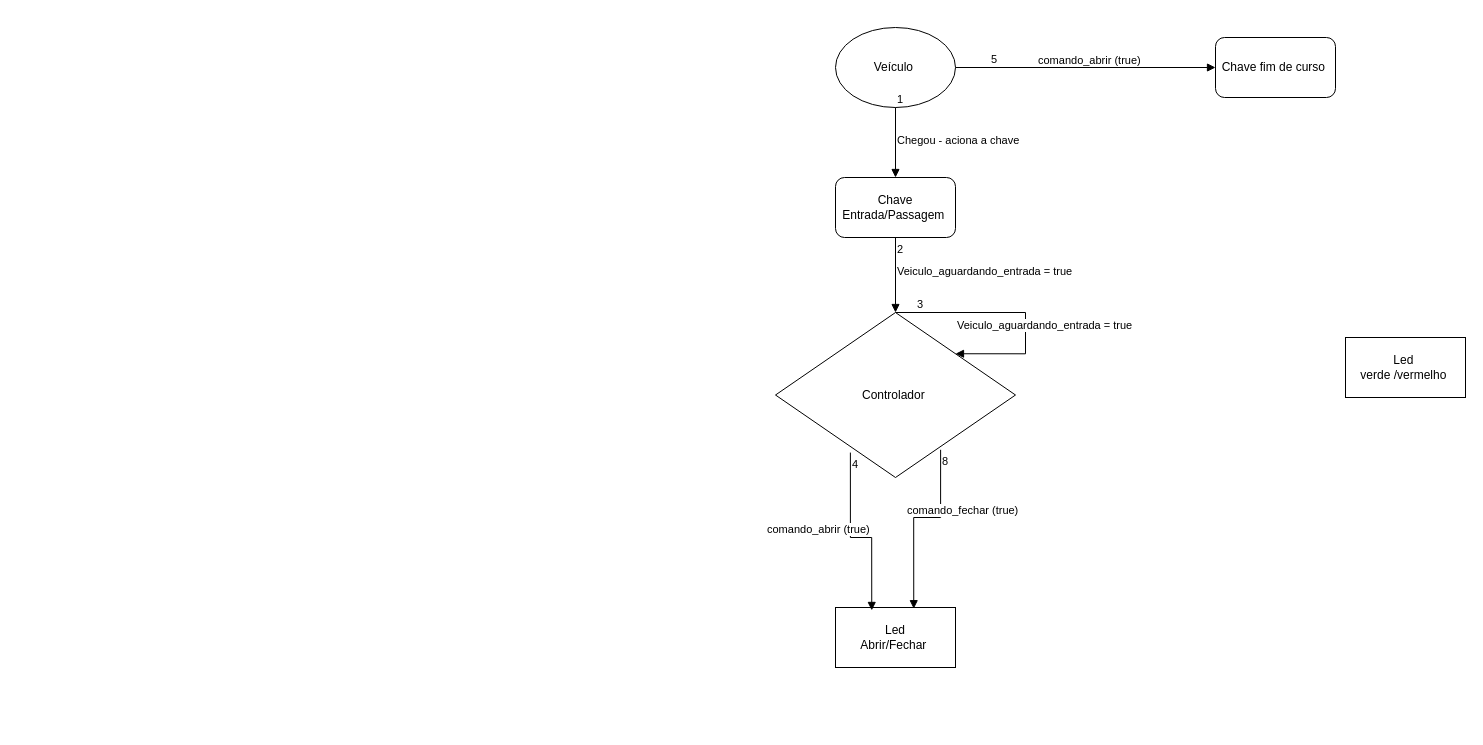
The draw.io diagram page "cenário de uso" (2 of 2) of main/visãodesenvolvimeento.drawio in samirafreitas-hash/lab01_cancela, before the edit. Source tidied: cells renumbered, new cells numbered last; positions are measured from the earlier drawing's top-left corner, leaving out a move shared by most shapes. Both pictures are drawn from the tidied source at 100%, with x=0, y=0 at pixel (775, 27).
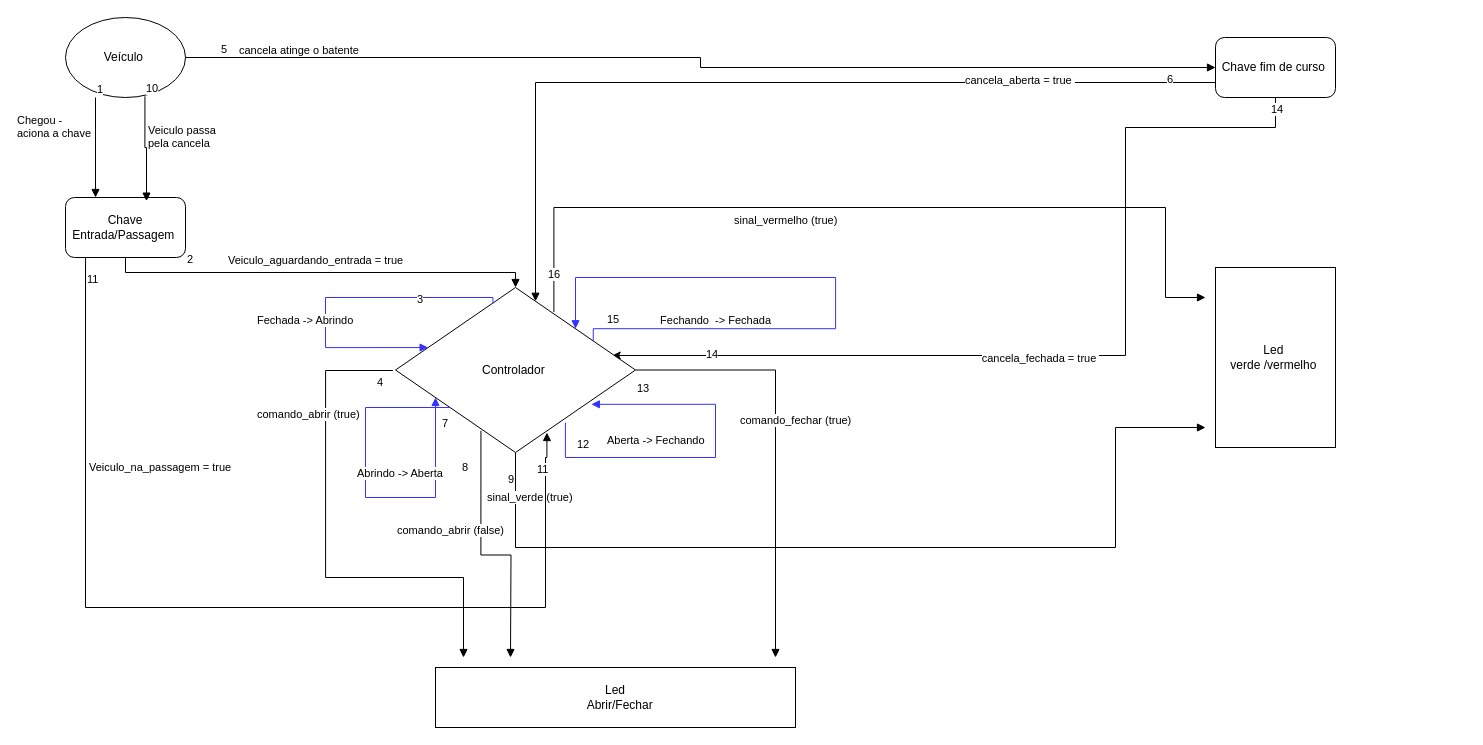
Above is the later version.

Unchanged cells that the change refers to:
```xml
<mxCell id="3" value="Chave fim de curso&amp;nbsp;" style="rounded=1;whiteSpace=wrap;html=1;" parent="1" vertex="1">
  <mxGeometry x="440" y="10" width="120" height="60" as="geometry" />
</mxCell>
```

What changed in the source:
```diff
@@
     <mxCell id="2" value="Chave&lt;div&gt;Entrada/Passagem&amp;nbsp;&lt;/div&gt;" style="rounded=1;whiteSpace=wrap;html=1;" parent="1" vertex="1">
-      <mxGeometry x="60" y="150" width="120" height="60" as="geometry" />
+      <mxGeometry x="-710" y="170" width="120" height="60" as="geometry" />
     </mxCell>
+    <mxCell id="20" style="edgeStyle=orthogonalEdgeStyle;rounded=0;jettySize=auto;html=1;exitX=0.5;exitY=1;exitDx=0;exitDy=0;entryX=0.903;entryY=0.412;entryDx=0;entryDy=0;entryPerimeter=0;" parent="1" edge="1" source="3" target="5">
+      <mxGeometry relative="1" as="geometry">
+        <Array as="points">
+          <mxPoint x="500" y="100" />
+          <mxPoint x="350" y="100" />
+          <mxPoint x="350" y="328" />
+        </Array>
+      </mxGeometry>
+    </mxCell>
+    <mxCell id="21" value="cancela_fechada = true&amp;nbsp;" style="edgeLabel;html=1;align=center;verticalAlign=middle;" parent="20" vertex="1">
+      <mxGeometry x="0.07" y="3" relative="1" as="geometry" />
+    </mxCell>
@@
     <mxCell id="4" value="Veículo&amp;nbsp;" style="ellipse;whiteSpace=wrap;html=1;shapeInside=1;" parent="1" vertex="1">
-      <mxGeometry x="60" width="120" height="80" as="geometry" />
+      <mxGeometry x="-710" y="-10" width="120" height="80" as="geometry" />
     </mxCell>
     <mxCell id="5" value="Controlador&amp;nbsp;" style="rhombus;whiteSpace=wrap;html=1;shapeInside=1;" parent="1" vertex="1">
-      <mxGeometry y="285" width="240" height="165" as="geometry" />
+      <mxGeometry x="-380" y="260" width="240" height="165" as="geometry" />
     </mxCell>
-    <mxCell id="6" value="Led&lt;div&gt;Abrir/Fechar&amp;nbsp;&lt;/div&gt;" style="rounded=0;whiteSpace=wrap;html=1;" parent="1" vertex="1">
-      <mxGeometry x="60" y="580" width="120" height="60" as="geometry" />
+    <mxCell id="6" value="Led&lt;div&gt;&amp;nbsp; &amp;nbsp; Abrir/Fechar&amp;nbsp;&lt;/div&gt;" style="rounded=0;whiteSpace=wrap;html=1;" parent="1" vertex="1">
+      <mxGeometry x="-340" y="640" width="360" height="60" as="geometry" />
     </mxCell>
     <mxCell id="7" value="Led&amp;nbsp;&lt;div&gt;verde /vermelho&amp;nbsp;&lt;/div&gt;" style="rounded=0;whiteSpace=wrap;html=1;" parent="1" vertex="1">
-      <mxGeometry x="570" y="310" width="120" height="60" as="geometry" />
+      <mxGeometry x="440" y="240" width="120" height="180" as="geometry" />
     </mxCell>
-    <mxCell id="8" value="Chegou - aciona a chave&amp;nbsp;" style="endArrow=block;endFill=1;html=1;edgeStyle=orthogonalEdgeStyle;align=left;verticalAlign=top;rounded=0;exitX=0.5;exitY=1;exitDx=0;exitDy=0;entryX=0.5;entryY=0;entryDx=0;entryDy=0;" parent="1" edge="1" source="4" target="2">
-      <mxGeometry x="-0.43" relative="1" as="geometry" />
+    <mxCell id="8" value="Veiculo passa&amp;nbsp;&lt;div&gt;pela cancela&amp;nbsp;&lt;/div&gt;" style="endArrow=block;endFill=1;html=1;edgeStyle=orthogonalEdgeStyle;align=left;verticalAlign=top;rounded=0;exitX=0.662;exitY=0.985;exitDx=0;exitDy=0;entryX=0.675;entryY=0.06;entryDx=0;entryDy=0;exitPerimeter=0;entryPerimeter=0;" parent="1" edge="1" source="4" target="2">
+      <mxGeometry x="-0.6" y="2" relative="1" as="geometry">
+        <Array as="points">
+          <mxPoint x="-630.6" y="120" />
+        </Array>
+      </mxGeometry>
     </mxCell>
-    <mxCell id="9" value="1" style="edgeLabel;html=1;align=left;verticalAlign=bottom;" parent="8" vertex="1">
+    <mxCell id="9" value="10" style="edgeLabel;html=1;align=left;verticalAlign=bottom;" parent="8" vertex="1">
       <mxGeometry x="-1" relative="1" as="geometry" />
     </mxCell>
     <mxCell id="10" value="Veiculo_aguardando_entrada = true&amp;nbsp;" style="endArrow=block;endFill=1;html=1;edgeStyle=orthogonalEdgeStyle;align=left;verticalAlign=top;rounded=0;exitX=0.5;exitY=1;exitDx=0;exitDy=0;entryX=0.5;entryY=0;entryDx=0;entryDy=0;" parent="1" edge="1" source="2" target="5">
-      <mxGeometry x="-0.43" relative="1" as="geometry" />
+      <mxGeometry x="-0.45" y="25" relative="1" as="geometry" />
     </mxCell>
     <mxCell id="11" value="2" style="edgeLabel;html=1;align=left;verticalAlign=bottom;" parent="10" vertex="1">
       <mxGeometry x="-1" relative="1" as="geometry">
-        <mxPoint y="20" as="offset" />
+        <mxPoint x="60" y="10" as="offset" />
       </mxGeometry>
     </mxCell>
-    <mxCell id="12" value="Veiculo_aguardando_entrada = true&amp;nbsp;" style="endArrow=block;endFill=1;html=1;edgeStyle=orthogonalEdgeStyle;align=left;verticalAlign=top;rounded=0;exitX=0.5;exitY=0;exitDx=0;exitDy=0;entryX=1;entryY=0;entryDx=0;entryDy=0;innerLoopWaypoints=1;" parent="1" edge="1" source="5" target="5">
-      <mxGeometry x="-0.5" relative="1" as="geometry">
+    <mxCell id="12" value="Fechada -&amp;gt; Abrindo&amp;nbsp;" style="endArrow=block;endFill=1;html=1;edgeStyle=orthogonalEdgeStyle;align=left;verticalAlign=top;rounded=0;exitX=0.406;exitY=0.097;exitDx=0;exitDy=0;innerLoopWaypoints=1;entryX=0.136;entryY=0.364;entryDx=0;entryDy=0;entryPerimeter=0;exitPerimeter=0;strokeColor=#3333FF;" parent="1" edge="1" source="5" target="5">
+      <mxGeometry x="0.12" y="-70" relative="1" as="geometry">
         <Array as="points">
-          <mxPoint x="250" y="285" />
-          <mxPoint x="250" y="326.3" />
+          <mxPoint x="-282.6" y="270" />
+          <mxPoint x="-450" y="270" />
+          <mxPoint x="-450" y="320.1" />
         </Array>
       </mxGeometry>
     </mxCell>
     <mxCell id="13" value="3" style="edgeLabel;html=1;align=left;verticalAlign=bottom;" parent="12" vertex="1">
       <mxGeometry x="-1" relative="1" as="geometry">
-        <mxPoint x="20" as="offset" />
+        <mxPoint x="-77" y="4" as="offset" />
       </mxGeometry>
     </mxCell>
-    <mxCell id="14" value="comando_abrir (true)&amp;nbsp;" style="endArrow=block;endFill=1;html=1;edgeStyle=orthogonalEdgeStyle;align=left;verticalAlign=top;rounded=0;exitX=0.312;exitY=0.849;exitDx=0;exitDy=0;exitPerimeter=0;entryX=0.302;entryY=0.049;entryDx=0;entryDy=0;entryPerimeter=0;" parent="1" edge="1" source="5" target="6">
-      <mxGeometry x="-0.28" y="-85" relative="1" as="geometry">
+    <mxCell id="14" value="comando_abrir (true)&amp;nbsp;" style="endArrow=block;endFill=1;html=1;edgeStyle=orthogonalEdgeStyle;align=left;verticalAlign=top;rounded=0;exitX=-0.011;exitY=0.503;exitDx=0;exitDy=0;exitPerimeter=0;" parent="1" edge="1" source="5">
+      <mxGeometry x="-0.6" y="-70" relative="1" as="geometry">
+        <mxPoint x="-312" y="630" as="targetPoint" />
         <Array as="points">
-          <mxPoint x="74.9" y="510" />
-          <mxPoint x="96.2" y="510" />
+          <mxPoint x="-449.9" y="343.1" />
+          <mxPoint x="-449.9" y="550" />
+          <mxPoint x="-311.2" y="550" />
         </Array>
       </mxGeometry>
     </mxCell>
     <mxCell id="15" value="4" style="edgeLabel;html=1;align=left;verticalAlign=bottom;" parent="14" vertex="1">
       <mxGeometry x="-1" relative="1" as="geometry">
-        <mxPoint y="20" as="offset" />
+        <mxPoint x="-17" y="20" as="offset" />
       </mxGeometry>
     </mxCell>
-    <mxCell id="16" value="comando_abrir (true)&amp;nbsp;" style="endArrow=block;endFill=1;html=1;edgeStyle=orthogonalEdgeStyle;align=left;verticalAlign=top;rounded=0;entryX=0;entryY=0.5;entryDx=0;entryDy=0;exitX=1;exitY=0.5;exitDx=0;exitDy=0;" parent="1" edge="1" source="4" target="3">
-      <mxGeometry x="-0.38" y="20" relative="1" as="geometry" />
+    <mxCell id="16" value="cancela atinge o batente&amp;nbsp;" style="endArrow=block;endFill=1;html=1;edgeStyle=orthogonalEdgeStyle;align=left;verticalAlign=top;rounded=0;entryX=0;entryY=0.5;entryDx=0;entryDy=0;exitX=1;exitY=0.5;exitDx=0;exitDy=0;" parent="1" edge="1" source="4" target="3">
+      <mxGeometry x="-0.9" y="20" relative="1" as="geometry" />
     </mxCell>
@@
-    <mxCell id="18" value="comando_fechar (true)&amp;nbsp;" style="endArrow=block;endFill=1;html=1;edgeStyle=orthogonalEdgeStyle;align=left;verticalAlign=top;rounded=0;entryX=0.652;entryY=0.02;entryDx=0;entryDy=0;entryPerimeter=0;exitX=0.688;exitY=0.832;exitDx=0;exitDy=0;exitPerimeter=0;" parent="1" edge="1" source="5" target="6">
-      <mxGeometry x="0.02" y="-22" relative="1" as="geometry">
-        <Array as="points">
-          <mxPoint x="165.1" y="490" />
-          <mxPoint x="138.2" y="490" />
-        </Array>
-        <mxPoint x="14" y="-20" as="offset" />
+    <mxCell id="18" value="comando_abrir (false)&amp;nbsp;" style="endArrow=block;endFill=1;html=1;edgeStyle=orthogonalEdgeStyle;align=left;verticalAlign=top;rounded=0;exitX=0.356;exitY=0.868;exitDx=0;exitDy=0;exitPerimeter=0;" parent="1" edge="1" source="5">
+      <mxGeometry x="-0.32" y="-85" relative="1" as="geometry">
+        <mxPoint x="-265" y="630" as="targetPoint" />
       </mxGeometry>
     </mxCell>
     <mxCell id="19" value="8" style="edgeLabel;html=1;align=left;verticalAlign=bottom;" parent="18" vertex="1">
       <mxGeometry x="-1" relative="1" as="geometry">
-        <mxPoint y="20" as="offset" />
+        <mxPoint x="-20" y="45" as="offset" />
       </mxGeometry>
     </mxCell>
+    <mxCell id="22" value="sinal_vermelho (true)&amp;nbsp;&amp;nbsp;" style="endArrow=block;endFill=1;html=1;edgeStyle=orthogonalEdgeStyle;align=left;verticalAlign=top;rounded=0;exitX=0.66;exitY=0.149;exitDx=0;exitDy=0;exitPerimeter=0;" parent="1" edge="1" source="5">
+      <mxGeometry x="-0.33" relative="1" as="geometry">
+        <mxPoint x="430" y="270" as="targetPoint" />
+        <Array as="points">
+          <mxPoint x="-221.6" y="180" />
+          <mxPoint x="390" y="180" />
+          <mxPoint x="390" y="270" />
+        </Array>
+      </mxGeometry>
+    </mxCell>
+    <mxCell id="23" value="16" style="edgeLabel;html=1;align=left;verticalAlign=bottom;" parent="22" vertex="1">
+      <mxGeometry x="-1" relative="1" as="geometry">
+        <mxPoint x="-7" y="-30" as="offset" />
+      </mxGeometry>
+    </mxCell>
+    <mxCell id="24" value="sinal_verde (true)&amp;nbsp;" style="endArrow=block;endFill=1;html=1;edgeStyle=orthogonalEdgeStyle;align=left;verticalAlign=top;rounded=0;exitX=0.5;exitY=1;exitDx=0;exitDy=0;" parent="1" edge="1" source="5">
+      <mxGeometry x="-0.93" y="-30" relative="1" as="geometry">
+        <mxPoint x="430" y="400" as="targetPoint" />
+        <Array as="points">
+          <mxPoint x="-260" y="520" />
+          <mxPoint x="340" y="520" />
+          <mxPoint x="340" y="400" />
+          <mxPoint x="430" y="400" />
+        </Array>
+      </mxGeometry>
+    </mxCell>
+    <mxCell id="25" value="9" style="edgeLabel;html=1;align=left;verticalAlign=bottom;" parent="24" vertex="1">
+      <mxGeometry x="-1" relative="1" as="geometry">
+        <mxPoint x="-9" y="35" as="offset" />
+      </mxGeometry>
+    </mxCell>
+    <mxCell id="26" value="cancela_aberta = true&amp;nbsp;" style="endArrow=block;endFill=1;html=1;edgeStyle=orthogonalEdgeStyle;align=left;verticalAlign=top;rounded=0;exitX=0;exitY=0.75;exitDx=0;exitDy=0;" parent="1" edge="1" source="3" target="5">
+      <mxGeometry x="-0.44" y="-15" relative="1" as="geometry">
+        <Array as="points">
+          <mxPoint x="-240" y="55" />
+        </Array>
+      </mxGeometry>
+    </mxCell>
+    <mxCell id="27" value="6" style="edgeLabel;html=1;align=left;verticalAlign=bottom;" parent="26" vertex="1">
+      <mxGeometry x="-1" relative="1" as="geometry">
+        <mxPoint x="-50" y="5" as="offset" />
+      </mxGeometry>
+    </mxCell>
+    <mxCell id="28" value="Abrindo -&amp;gt; Aberta&amp;nbsp;" style="endArrow=block;endFill=1;html=1;edgeStyle=orthogonalEdgeStyle;align=left;verticalAlign=top;rounded=0;innerLoopWaypoints=1;strokeColor=#3333FF;" parent="1" edge="1" source="5" target="5">
+      <mxGeometry x="-0.2" y="-10" relative="1" as="geometry">
+        <Array as="points">
+          <mxPoint x="-360" y="380" />
+          <mxPoint x="-410" y="380" />
+          <mxPoint x="-410" y="470" />
+          <mxPoint x="-340" y="470" />
+        </Array>
+      </mxGeometry>
+    </mxCell>
+    <mxCell id="29" value="7" style="edgeLabel;html=1;align=left;verticalAlign=bottom;" parent="28" vertex="1">
+      <mxGeometry x="-1" relative="1" as="geometry">
+        <mxPoint x="-10" y="24" as="offset" />
+      </mxGeometry>
+    </mxCell>
+    <mxCell id="30" value="comando_fechar (true)&amp;nbsp;" style="endArrow=block;endFill=1;html=1;edgeStyle=orthogonalEdgeStyle;align=left;verticalAlign=top;rounded=0;exitX=1;exitY=0.5;exitDx=0;exitDy=0;" parent="1" edge="1" source="5">
+      <mxGeometry x="-0.52" y="-37" relative="1" as="geometry">
+        <mxPoint y="630" as="targetPoint" />
+        <Array as="points">
+          <mxPoint y="342.5" />
+        </Array>
+      </mxGeometry>
+    </mxCell>
+    <mxCell id="31" value="13" style="edgeLabel;html=1;align=left;verticalAlign=bottom;" parent="30" vertex="1">
+      <mxGeometry x="-1" relative="1" as="geometry">
+        <mxPoint y="26" as="offset" />
+      </mxGeometry>
+    </mxCell>
+    <mxCell id="32" value="Aberta -&amp;gt; Fechando&amp;nbsp;&amp;nbsp;" style="endArrow=block;endFill=1;html=1;edgeStyle=orthogonalEdgeStyle;align=left;verticalAlign=top;rounded=0;innerLoopWaypoints=1;exitX=0.708;exitY=0.819;exitDx=0;exitDy=0;exitPerimeter=0;entryX=0.816;entryY=0.708;entryDx=0;entryDy=0;entryPerimeter=0;fillColor=#3333FF;strokeColor=#3333FF;" parent="1" edge="1" source="5" target="5">
+      <mxGeometry x="0.92" y="23" relative="1" as="geometry">
+        <Array as="points">
+          <mxPoint x="-210.1" y="430" />
+          <mxPoint x="-60" y="430" />
+          <mxPoint x="-60" y="376.8" />
+        </Array>
+      </mxGeometry>
+    </mxCell>
+    <mxCell id="33" value="12" style="edgeLabel;html=1;align=left;verticalAlign=bottom;" parent="32" vertex="1">
+      <mxGeometry x="-1" relative="1" as="geometry">
+        <mxPoint x="10" y="30" as="offset" />
+      </mxGeometry>
+    </mxCell>
+    <mxCell id="34" value="Chegou -&amp;nbsp;&lt;div&gt;aciona a chave&amp;nbsp;&lt;/div&gt;" style="endArrow=block;endFill=1;html=1;edgeStyle=orthogonalEdgeStyle;align=left;verticalAlign=top;rounded=0;exitX=0.5;exitY=1;exitDx=0;exitDy=0;entryX=0.5;entryY=0;entryDx=0;entryDy=0;" parent="1" edge="1">
+      <mxGeometry x="-0.8" y="-80" relative="1" as="geometry">
+        <mxPoint x="-680" y="70" as="sourcePoint" />
+        <mxPoint x="-680" y="170" as="targetPoint" />
+      </mxGeometry>
+    </mxCell>
+    <mxCell id="35" value="1" style="edgeLabel;html=1;align=left;verticalAlign=bottom;" parent="34" vertex="1">
+      <mxGeometry x="-1" relative="1" as="geometry" />
+    </mxCell>
+    <mxCell id="36" value="Veiculo_na_passagem = true" style="endArrow=block;endFill=1;html=1;edgeStyle=orthogonalEdgeStyle;align=left;verticalAlign=top;rounded=0;exitX=0.167;exitY=1;exitDx=0;exitDy=0;exitPerimeter=0;entryX=0.631;entryY=0.879;entryDx=0;entryDy=0;entryPerimeter=0;" parent="1" edge="1" source="2" target="5">
+      <mxGeometry x="-0.6" y="2" relative="1" as="geometry">
+        <Array as="points">
+          <mxPoint x="-690" y="580" />
+          <mxPoint x="-230" y="580" />
+          <mxPoint x="-230" y="430" />
+        </Array>
+      </mxGeometry>
+    </mxCell>
+    <mxCell id="37" value="11" style="edgeLabel;html=1;align=left;verticalAlign=bottom;" parent="36" vertex="1">
+      <mxGeometry x="-1" relative="1" as="geometry">
+        <mxPoint y="30" as="offset" />
+      </mxGeometry>
+    </mxCell>
+    <mxCell id="38" value="11" style="edgeLabel;html=1;align=left;verticalAlign=bottom;" parent="1" vertex="1">
+      <mxGeometry x="-240" y="450" as="geometry" />
+    </mxCell>
+    <mxCell id="39" value="14" style="edgeLabel;html=1;align=left;verticalAlign=bottom;" parent="1" vertex="1">
+      <mxGeometry x="390" y="30" as="geometry">
+        <mxPoint x="104" y="60" as="offset" />
+      </mxGeometry>
+    </mxCell>
+    <mxCell id="40" value="&amp;nbsp;Fechando&amp;nbsp; -&amp;gt; Fechada&amp;nbsp;" style="endArrow=block;endFill=1;html=1;edgeStyle=orthogonalEdgeStyle;align=left;verticalAlign=top;rounded=0;innerLoopWaypoints=1;exitX=0.824;exitY=0.323;exitDx=0;exitDy=0;exitPerimeter=0;entryX=1;entryY=0;entryDx=0;entryDy=0;strokeColor=#3333FF;" parent="1" edge="1" source="5" target="5">
+      <mxGeometry x="-0.76" y="21" relative="1" as="geometry">
+        <Array as="points">
+          <mxPoint x="-182.2" y="301.2" />
+          <mxPoint x="60.1" y="301.2" />
+          <mxPoint x="60.1" y="250" />
+          <mxPoint x="-200" y="250" />
+        </Array>
+      </mxGeometry>
+    </mxCell>
+    <mxCell id="41" value="15" style="edgeLabel;html=1;align=left;verticalAlign=bottom;" parent="40" vertex="1">
+      <mxGeometry x="-1" relative="1" as="geometry">
+        <mxPoint x="12" y="-13" as="offset" />
+      </mxGeometry>
+    </mxCell>
+    <mxCell id="42" value="14" style="edgeLabel;html=1;align=left;verticalAlign=bottom;" parent="1" vertex="1">
+      <mxGeometry x="-160" y="300" as="geometry">
+        <mxPoint x="89" y="35" as="offset" />
+      </mxGeometry>
+    </mxCell>
```
